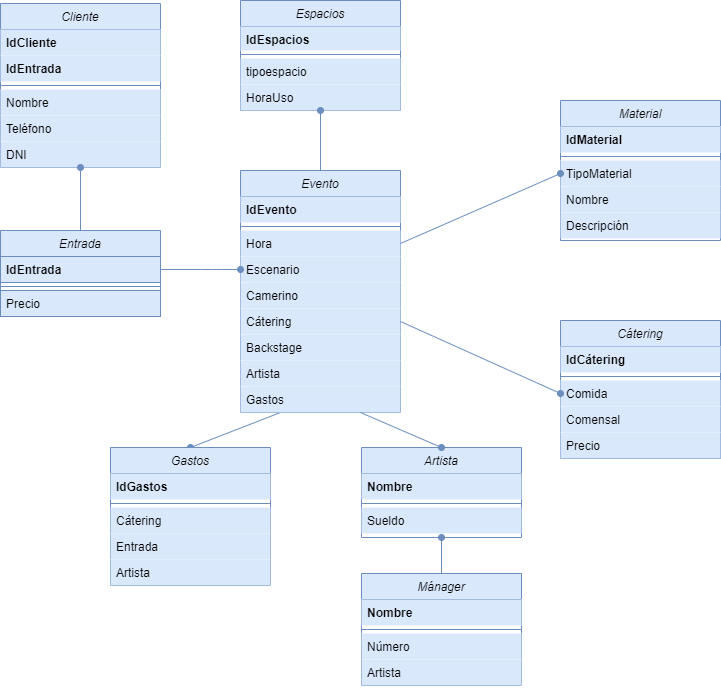
Before: images/Diagrama de base de datos.png, a diagram exported from draw.io (miguelmartinez22/QuevedoFest). Source tidied: cells renumbered, new cells last; positions are measured from the earlier drawing's top-left corner, leaving out a move shared by most shapes.
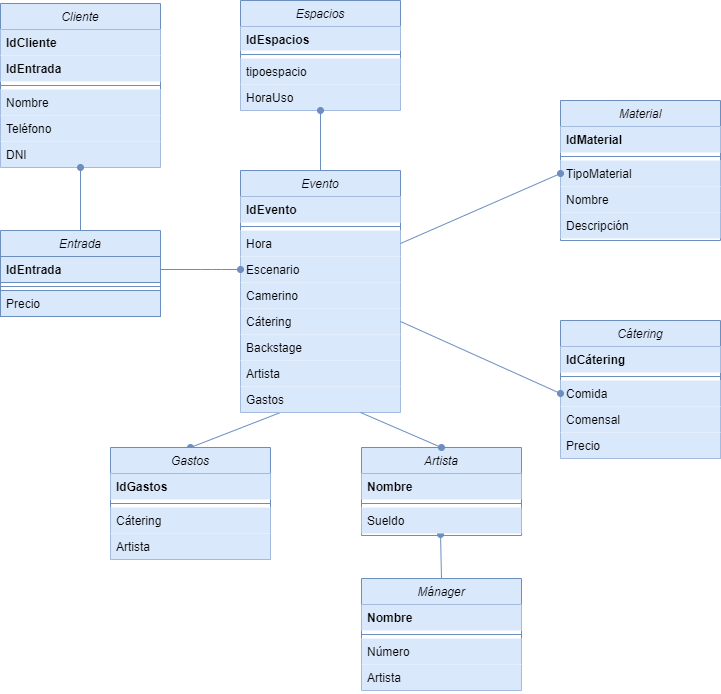
Later version of the same file.

What changed in the source:
```diff
@@ -138,11 +138,11 @@
     <mxCell id="45" style="endArrow=oval;html=1;entryX=0;entryY=0.5;entryDx=0;entryDy=0;exitX=1;exitY=0.5;exitDx=0;exitDy=0;fillColor=#dae8fc;strokeColor=#6c8ebf;endFill=1;" parent="1" edge="1" source="20" target="42">
       <mxGeometry relative="1" as="geometry" />
     </mxCell>
-    <mxCell id="46" style="rounded=0;jettySize=auto;html=1;exitX=0.5;exitY=1;exitDx=0;exitDy=0;entryX=0.5;entryY=0;entryDx=0;entryDy=0;endArrow=none;endFill=0;startArrow=oval;startFill=1;fillColor=#dae8fc;strokeColor=#6c8ebf;" parent="1" edge="1" source="47" target="52">
+    <mxCell id="46" style="rounded=0;jettySize=auto;html=1;entryX=0.5;entryY=0;entryDx=0;entryDy=0;endArrow=none;endFill=0;startArrow=oval;startFill=1;fillColor=#dae8fc;strokeColor=#6c8ebf;exitX=0.494;exitY=1.038;exitDx=0;exitDy=0;exitPerimeter=0;" parent="1" edge="1" source="50" target="52">
       <mxGeometry relative="1" as="geometry" />
     </mxCell>
     <mxCell id="47" value="Artista" style="swimlane;fontStyle=2;align=center;verticalAlign=top;horizontal=1;startSize=26;rounded=0;shadow=0;strokeWidth=1;fillColor=#dae8fc;strokeColor=#6c8ebf;" parent="1" vertex="1">
-      <mxGeometry x="361" y="447" width="160" height="90" as="geometry" />
+      <mxGeometry x="361" y="447" width="160" height="88" as="geometry" />
     </mxCell>
     <mxCell id="48" value="Nombre" style="text;align=left;verticalAlign=top;spacingLeft=4;spacingRight=4;overflow=hidden;rounded=0;shadow=0;html=0;fontStyle=1;fillColor=#dae8fc;" parent="47" vertex="1">
       <mxGeometry y="26" width="160" height="26" as="geometry" />
@@ -157,7 +157,7 @@
       <mxGeometry relative="1" as="geometry" />
     </mxCell>
     <mxCell id="52" value="Mánager" style="swimlane;fontStyle=2;align=center;verticalAlign=top;horizontal=1;startSize=26;rounded=0;shadow=0;strokeWidth=1;fillColor=#dae8fc;strokeColor=#6c8ebf;" parent="1" vertex="1">
-      <mxGeometry x="361" y="573" width="160" height="112" as="geometry" />
+      <mxGeometry x="361" y="578" width="160" height="112" as="geometry" />
     </mxCell>
     <mxCell id="53" value="Nombre" style="text;align=left;verticalAlign=top;spacingLeft=4;spacingRight=4;overflow=hidden;rounded=0;shadow=0;html=0;fontStyle=1;fillColor=#dae8fc;" parent="52" vertex="1">
       <mxGeometry y="26" width="160" height="26" as="geometry" />
@@ -172,7 +172,7 @@
       <mxGeometry y="86" width="160" height="26" as="geometry" />
     </mxCell>
     <mxCell id="57" value="Gastos" style="swimlane;fontStyle=2;align=center;verticalAlign=top;horizontal=1;startSize=26;rounded=0;shadow=0;strokeWidth=1;fillColor=#dae8fc;strokeColor=#6c8ebf;" parent="1" vertex="1">
-      <mxGeometry x="110" y="447" width="160" height="138" as="geometry" />
+      <mxGeometry x="110" y="447" width="160" height="112" as="geometry" />
     </mxCell>
     <mxCell id="58" value="IdGastos" style="text;align=left;verticalAlign=top;spacingLeft=4;spacingRight=4;overflow=hidden;rounded=0;shadow=0;html=0;fontStyle=1;fillColor=#dae8fc;" parent="57" vertex="1">
       <mxGeometry y="26" width="160" height="26" as="geometry" />
@@ -183,11 +183,8 @@
     <mxCell id="60" value="Cátering" style="text;align=left;verticalAlign=top;spacingLeft=4;spacingRight=4;overflow=hidden;rounded=0;shadow=0;html=0;fillColor=#dae8fc;" parent="57" vertex="1">
       <mxGeometry y="60" width="160" height="26" as="geometry" />
     </mxCell>
-    <mxCell id="61" value="Entrada" style="text;align=left;verticalAlign=top;spacingLeft=4;spacingRight=4;overflow=hidden;rounded=0;shadow=0;html=0;fillColor=#dae8fc;" parent="57" vertex="1">
-      <mxGeometry y="86" width="160" height="26" as="geometry" />
-    </mxCell>
     <mxCell id="62" value="Artista" style="text;align=left;verticalAlign=top;spacingLeft=4;spacingRight=4;overflow=hidden;rounded=0;shadow=0;html=0;fillColor=#dae8fc;" parent="57" vertex="1">
-      <mxGeometry y="112" width="160" height="26" as="geometry" />
+      <mxGeometry y="86" width="160" height="26" as="geometry" />
     </mxCell>
   </root>
 </mxGraphModel>
```
